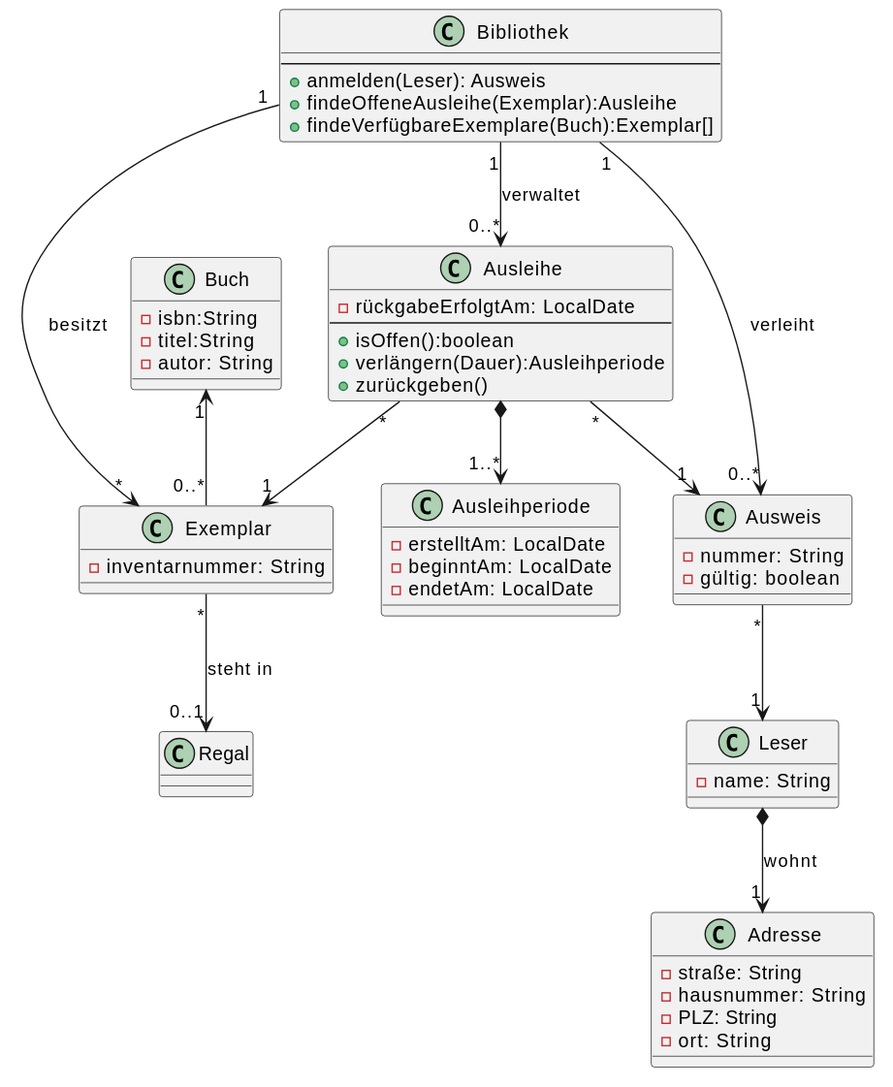
ueberfuhr-trainings/java-grundlagen-2026-10-05 keeps this PlantUML diagram as docs/bibliothek_1.svg. Above is the earlier version.
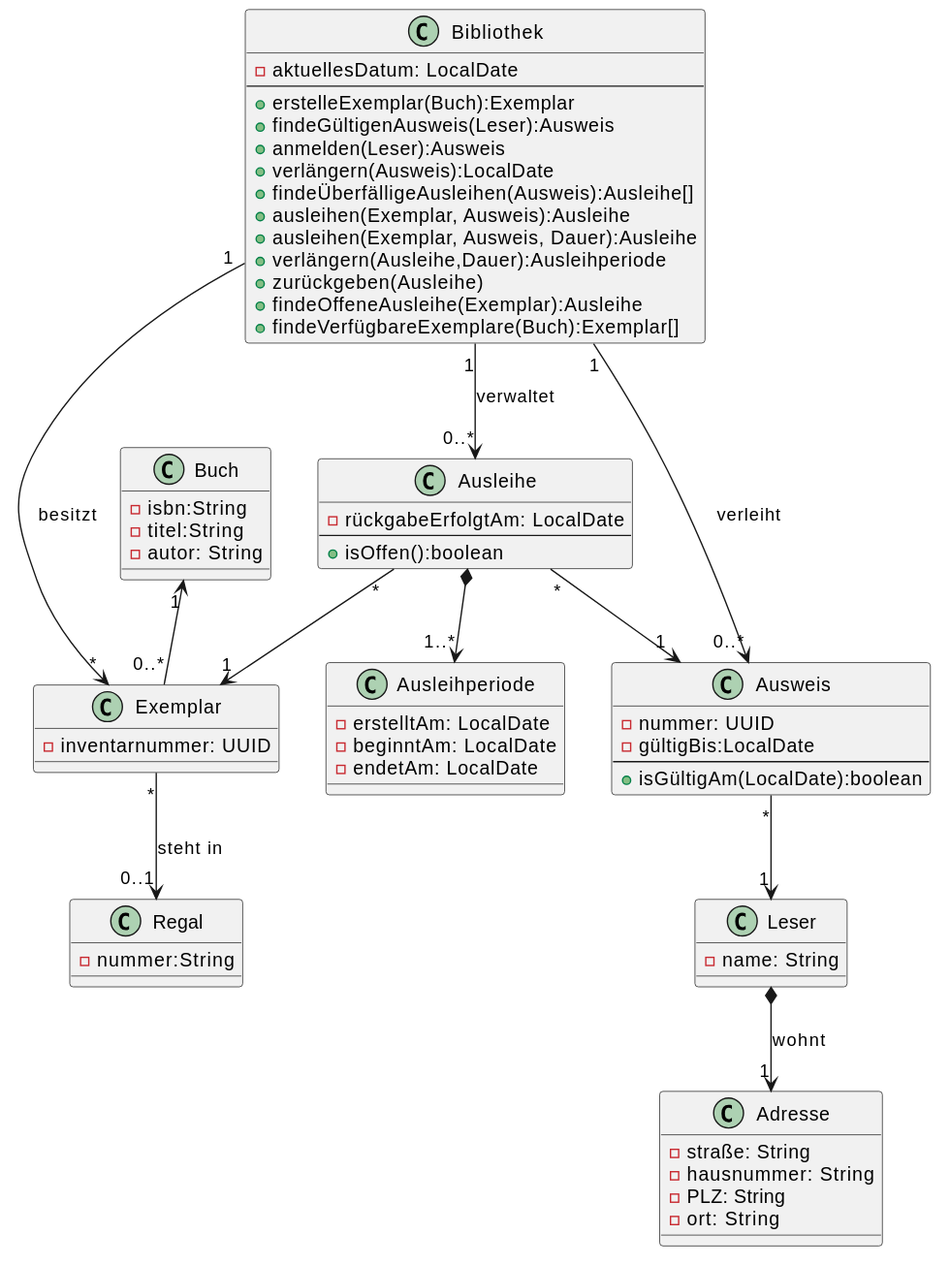
The same diagram one commit later.

The edit, as a diff of the source:
```diff
@@ -1,7 +1,16 @@
 @startuml
 class Bibliothek {
+    -aktuellesDatum: LocalDate
     ----
-    + anmelden(Leser): Ausweis
+    + erstelleExemplar(Buch):Exemplar
+    + findeGültigenAusweis(Leser):Ausweis
+    + anmelden(Leser):Ausweis
+    + verlängern(Ausweis):LocalDate
+    + findeÜberfälligeAusleihen(Ausweis):Ausleihe[]
+    + ausleihen(Exemplar, Ausweis):Ausleihe
+    + ausleihen(Exemplar, Ausweis, Dauer):Ausleihe
+    + verlängern(Ausleihe,Dauer):Ausleihperiode
+    + zurückgeben(Ausleihe)
     + findeOffeneAusleihe(Exemplar):Ausleihe
     + findeVerfügbareExemplare(Buch):Exemplar[]
 }
@@ -13,10 +22,11 @@
 }
 
 class Exemplar {
-    -inventarnummer: String
+    -inventarnummer: UUID
 }
 
 class Regal {
+    -nummer:String
 }
 
 class Leser {
@@ -31,16 +41,16 @@
 }
 
 class Ausweis {
-    -nummer: String
-    -gültig: boolean
+    -nummer: UUID
+    -gültigBis:LocalDate
+    ---
+    + isGültigAm(LocalDate):boolean
 }
 
 class Ausleihe {
     -rückgabeErfolgtAm: LocalDate
     ---
     + isOffen():boolean
-    + verlängern(Dauer):Ausleihperiode
-    + zurückgeben()
 }
 
 class Ausleihperiode {
```
